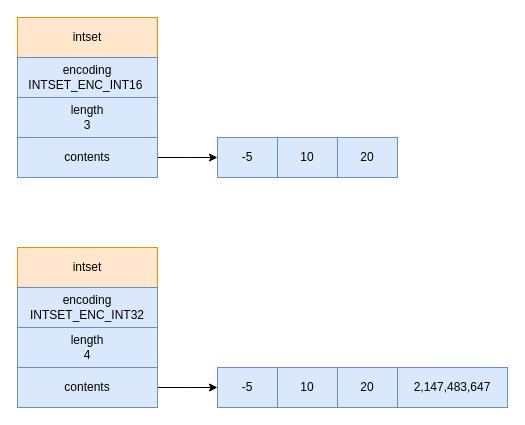
This is redis/intset.drawio from erlieStar/diagrams, a draw.io file, before an edit. Source tidied: cells renumbered, new cells numbered last; positions are measured from the earlier drawing's top-left corner, leaving out a move shared by most shapes. Both pictures are drawn from the tidied source at 100%, with x=0, y=0 at pixel (17, 17).
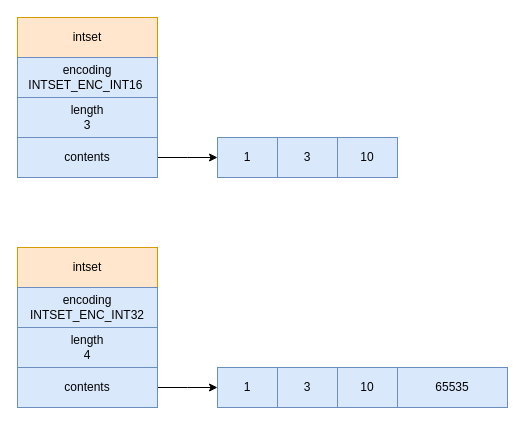
The same page after the edit.

Diff of the diagram source:
```diff
@@
-    <mxCell id="12" value="-5" style="rounded=0;whiteSpace=wrap;html=1;fillColor=#dae8fc;strokeColor=#6c8ebf;" parent="1" vertex="1">
+    <mxCell id="12" value="1" style="rounded=0;whiteSpace=wrap;html=1;fillColor=#dae8fc;strokeColor=#6c8ebf;" parent="1" vertex="1">
       <mxGeometry x="200" y="120" width="60" height="40" as="geometry" />
     </mxCell>
-    <mxCell id="13" value="10" style="rounded=0;whiteSpace=wrap;html=1;fillColor=#dae8fc;strokeColor=#6c8ebf;" parent="1" vertex="1">
+    <mxCell id="13" value="3" style="rounded=0;whiteSpace=wrap;html=1;fillColor=#dae8fc;strokeColor=#6c8ebf;" parent="1" vertex="1">
       <mxGeometry x="260" y="120" width="60" height="40" as="geometry" />
     </mxCell>
-    <mxCell id="14" value="20" style="rounded=0;whiteSpace=wrap;html=1;fillColor=#dae8fc;strokeColor=#6c8ebf;" parent="1" vertex="1">
+    <mxCell id="14" value="10" style="rounded=0;whiteSpace=wrap;html=1;fillColor=#dae8fc;strokeColor=#6c8ebf;" parent="1" vertex="1">
       <mxGeometry x="320" y="120" width="60" height="40" as="geometry" />
     </mxCell>
-    <mxCell id="15" value="-5" style="rounded=0;whiteSpace=wrap;html=1;fillColor=#dae8fc;strokeColor=#6c8ebf;" parent="1" vertex="1">
+    <mxCell id="15" value="1" style="rounded=0;whiteSpace=wrap;html=1;fillColor=#dae8fc;strokeColor=#6c8ebf;" parent="1" vertex="1">
       <mxGeometry x="200" y="350" width="60" height="40" as="geometry" />
     </mxCell>
-    <mxCell id="16" value="10" style="rounded=0;whiteSpace=wrap;html=1;fillColor=#dae8fc;strokeColor=#6c8ebf;" parent="1" vertex="1">
+    <mxCell id="16" value="3" style="rounded=0;whiteSpace=wrap;html=1;fillColor=#dae8fc;strokeColor=#6c8ebf;" parent="1" vertex="1">
       <mxGeometry x="260" y="350" width="60" height="40" as="geometry" />
     </mxCell>
-    <mxCell id="17" value="20" style="rounded=0;whiteSpace=wrap;html=1;fillColor=#dae8fc;strokeColor=#6c8ebf;" parent="1" vertex="1">
+    <mxCell id="17" value="10" style="rounded=0;whiteSpace=wrap;html=1;fillColor=#dae8fc;strokeColor=#6c8ebf;" parent="1" vertex="1">
       <mxGeometry x="320" y="350" width="60" height="40" as="geometry" />
     </mxCell>
-    <mxCell id="18" value="2,147,483,647" style="rounded=0;whiteSpace=wrap;html=1;fillColor=#dae8fc;strokeColor=#6c8ebf;" parent="1" vertex="1">
+    <mxCell id="18" value="65535" style="rounded=0;whiteSpace=wrap;html=1;fillColor=#dae8fc;strokeColor=#6c8ebf;" parent="1" vertex="1">
       <mxGeometry x="380" y="350" width="110" height="40" as="geometry" />
     </mxCell>
```
